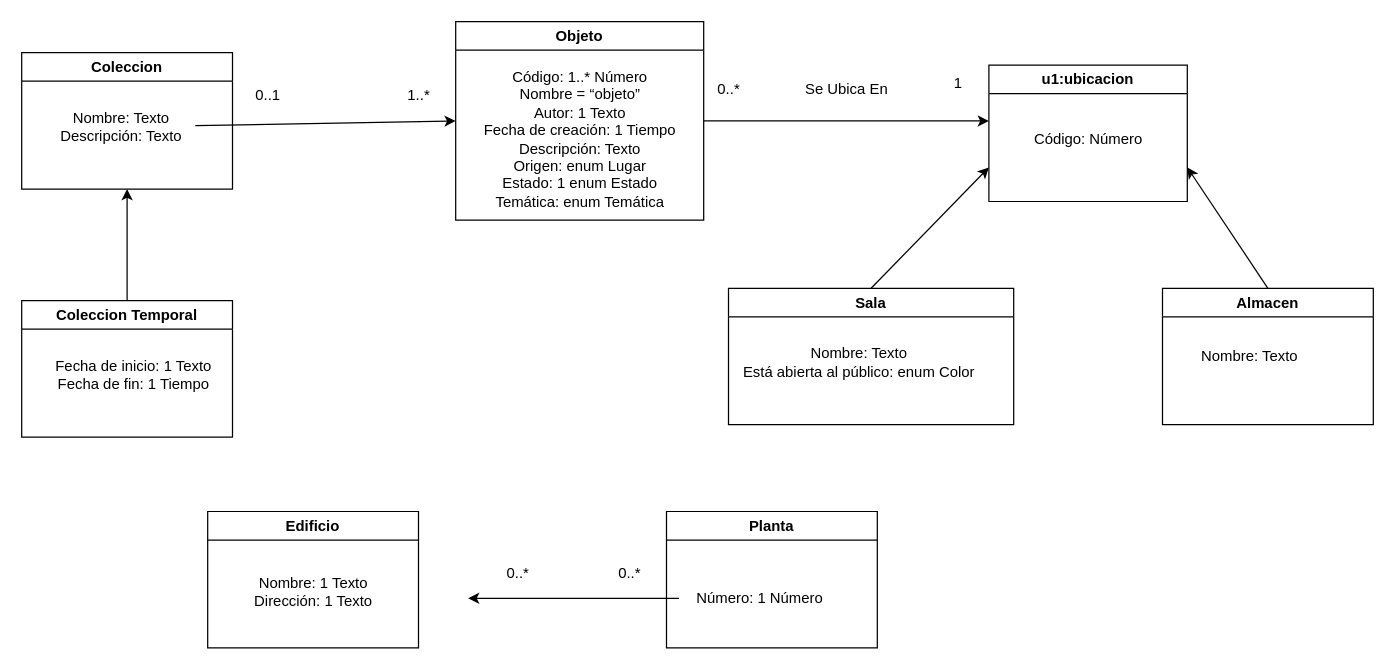
Agirre8/Ejercicios-UML keeps this draw.io diagram as Ej19.drawio. Above is the earlier version. Source tidied: cells renumbered, new cells numbered last; positions are measured from the earlier drawing's top-left corner, leaving out a move shared by most shapes. Both pictures are drawn from the tidied source at 124%, with x=0, y=0 at pixel (21, 21).
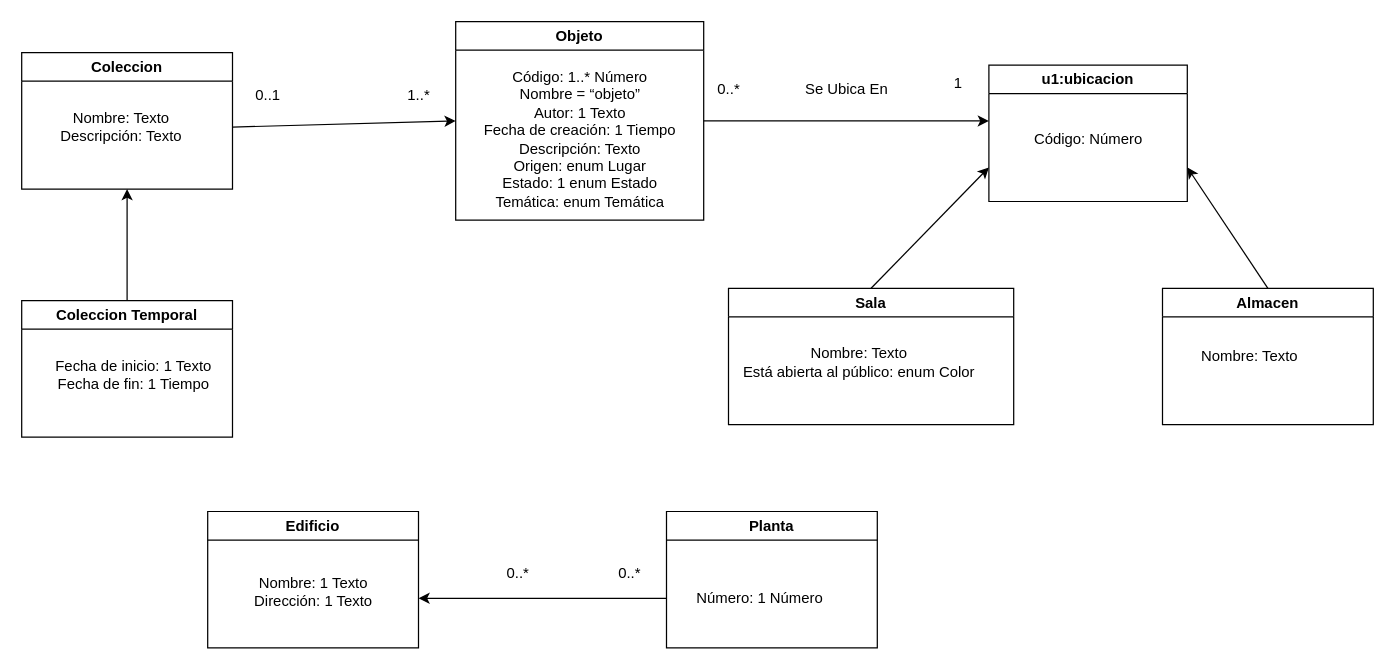
Above is the later version.

Unchanged cells that the change refers to:
```xml
<mxCell id="3" value="Objeto" style="swimlane;whiteSpace=wrap;html=1;" parent="1" vertex="1">
  <mxGeometry x="350" width="200" height="160" as="geometry" />
</mxCell>
<mxCell id="6" value="Nombre: Texto&lt;br/&gt;Descripción: Texto" style="text;html=1;align=center;verticalAlign=middle;points=[];strokeColor=none;fillColor=none;" parent="5" vertex="1">
  <mxGeometry x="20" y="40" width="120" height="40" as="geometry" />
</mxCell>
<mxCell id="21" value="Número: 1 Número" style="text;html=1;align=center;verticalAlign=middle;points=[];strokeColor=none;fillColor=none;" parent="20" vertex="1">
  <mxGeometry x="10" y="55" width="130" height="30" as="geometry" />
</mxCell>
<mxCell id="30" value="0..*" style="text;html=1;align=center;verticalAlign=middle;points=[];strokeColor=none;fillColor=none;" parent="1" vertex="1">
  <mxGeometry x="470" y="430" width="40" height="30" as="geometry" />
</mxCell>
```

Change to the diagram source:
```diff
@@
-    <mxCell id="23" style="edgeStyle=none;html=1;entryX=0;entryY=0.5;entryDx=0;entryDy=0;" parent="1" edge="1" source="6" target="3">
-      <mxGeometry relative="1" as="geometry" />
+    <mxCell id="23" style="edgeStyle=none;html=1;entryX=0;entryY=0.5;entryDx=0;entryDy=0;" parent="1" edge="1" target="3">
+      <mxGeometry relative="1" as="geometry">
+        <mxPoint x="170" y="85" as="sourcePoint" />
+      </mxGeometry>
     </mxCell>
@@
-    <mxCell id="28" style="edgeStyle=none;html=1;" parent="1" edge="1" source="21">
+    <mxCell id="28" style="edgeStyle=none;html=1;exitX=1.25;exitY=1.167;exitDx=0;exitDy=0;exitPerimeter=0;" parent="1" edge="1" source="30">
       <mxGeometry relative="1" as="geometry">
-        <mxPoint x="360" y="465" as="targetPoint" />
+        <mxPoint x="320" y="465" as="targetPoint" />
       </mxGeometry>
     </mxCell>
```
